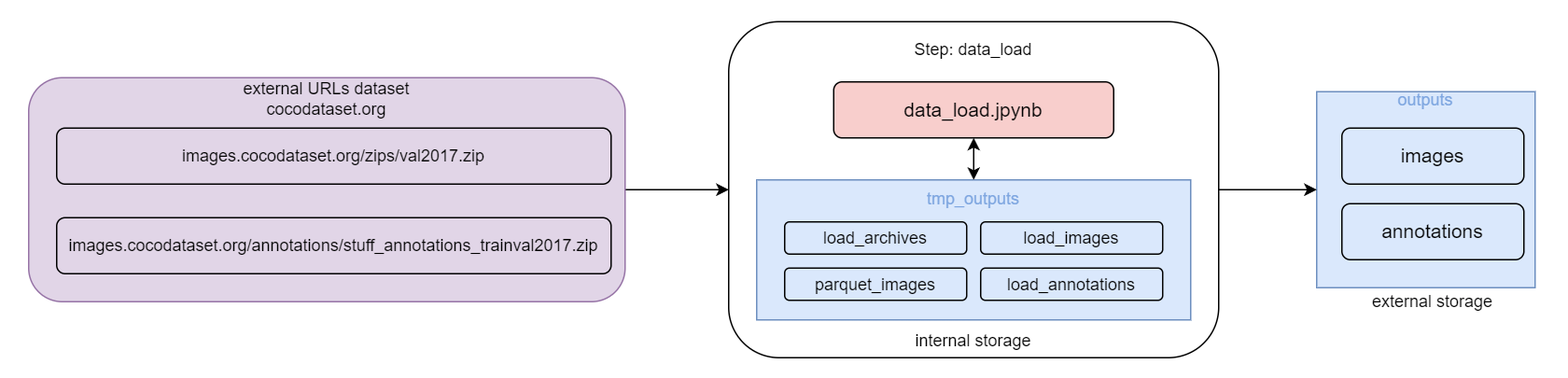
The draw.io diagram imgs/data_load_inteface.drawio.png in 4-DS/obj_detect_rest-data_load, before a commit. Source tidied: cells renumbered, new cells last; positions are measured from the earlier drawing's top-left corner, leaving out a move shared by most shapes.
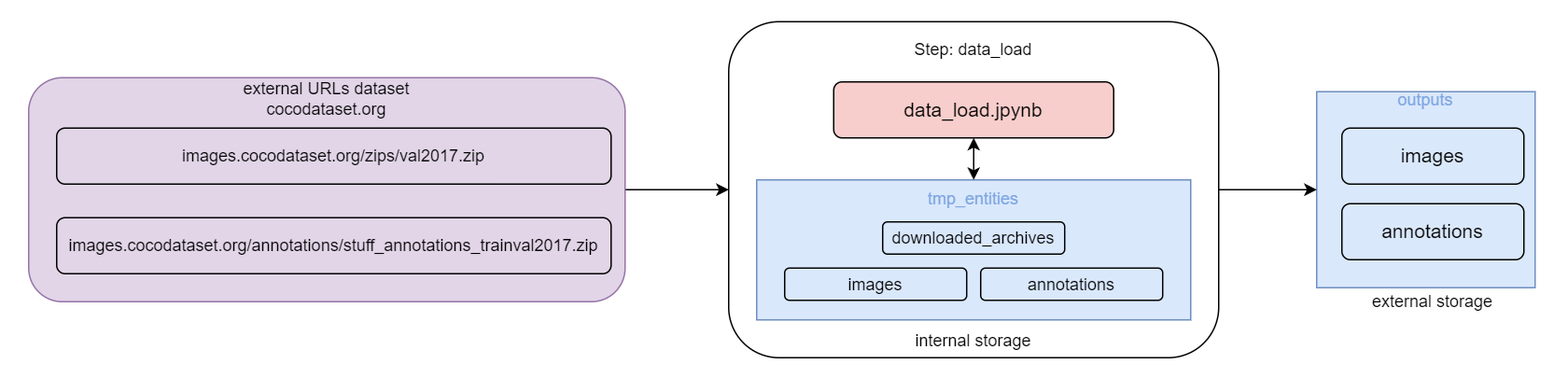
The same diagram one commit later.

Change to the diagram source:
```diff
@@ -50,21 +50,18 @@
     <mxCell id="17" style="group;" parent="13" vertex="1">
       <mxGeometry x="20" y="113" width="440" height="100" as="geometry" />
     </mxCell>
-    <mxCell id="18" value="&lt;font style=&quot;font-size: 12px;&quot;&gt;&lt;font color=&quot;#7ea6e0&quot;&gt;&lt;font style=&quot;font-size: 12px;&quot;&gt;tmp_outputs&lt;/font&gt;&lt;br&gt;&lt;br&gt;&lt;br&gt;&amp;nbsp;&lt;br&gt;&lt;br&gt;&lt;/font&gt;&lt;br&gt;&lt;/font&gt;" style="rounded=0;whiteSpace=wrap;html=1;fillColor=#dae8fc;strokeColor=#6c8ebf;" parent="17" vertex="1">
+    <mxCell id="18" value="&lt;font style=&quot;&quot;&gt;&lt;font style=&quot;&quot; color=&quot;#7ea6e0&quot;&gt;tmp_entities&lt;br&gt;&lt;br&gt;&lt;br&gt;&amp;nbsp;&lt;br&gt;&lt;br&gt;&lt;/font&gt;&lt;br&gt;&lt;/font&gt;" style="rounded=0;whiteSpace=wrap;html=1;fillColor=#dae8fc;strokeColor=#6c8ebf;" parent="17" vertex="1">
       <mxGeometry width="310" height="100" as="geometry" />
     </mxCell>
-    <mxCell id="19" value="&lt;font style=&quot;font-size: 12px;&quot;&gt;load_images&lt;/font&gt;" style="rounded=1;whiteSpace=wrap;html=1;fillColor=#dae8fc;strokeColor=#000000;strokeWidth=1;" parent="17" vertex="1">
-      <mxGeometry x="160" y="30" width="130" height="23" as="geometry" />
+    <mxCell id="19" value="&lt;font style=&quot;font-size: 12px;&quot;&gt;images&lt;/font&gt;" style="rounded=1;whiteSpace=wrap;html=1;fillColor=#dae8fc;strokeColor=#000000;strokeWidth=1;" parent="17" vertex="1">
+      <mxGeometry x="20" y="63" width="130" height="23" as="geometry" />
     </mxCell>
-    <mxCell id="20" value="&lt;font style=&quot;font-size: 12px;&quot;&gt;load_annotations&lt;/font&gt;" style="rounded=1;whiteSpace=wrap;html=1;fillColor=#dae8fc;strokeColor=#000000;strokeWidth=1;" parent="17" vertex="1">
+    <mxCell id="20" value="&lt;font style=&quot;font-size: 12px;&quot;&gt;annotations&lt;/font&gt;" style="rounded=1;whiteSpace=wrap;html=1;fillColor=#dae8fc;strokeColor=#000000;strokeWidth=1;" parent="17" vertex="1">
       <mxGeometry x="160" y="63" width="130" height="23" as="geometry" />
     </mxCell>
-    <mxCell id="21" value="&lt;font style=&quot;font-size: 12px;&quot;&gt;load_archives&lt;/font&gt;" style="rounded=1;whiteSpace=wrap;html=1;fillColor=#dae8fc;strokeColor=#000000;strokeWidth=1;" parent="17" vertex="1">
-      <mxGeometry x="20" y="30" width="130" height="23" as="geometry" />
+    <mxCell id="21" value="&lt;font style=&quot;font-size: 12px;&quot;&gt;downloaded_archives&lt;/font&gt;" style="rounded=1;whiteSpace=wrap;html=1;fillColor=#dae8fc;strokeColor=#000000;strokeWidth=1;" parent="17" vertex="1">
+      <mxGeometry x="90" y="30" width="130" height="23" as="geometry" />
     </mxCell>
-    <mxCell id="22" value="parquet_images" style="rounded=1;whiteSpace=wrap;html=1;fillColor=#dae8fc;strokeColor=#000000;strokeWidth=1;" parent="17" vertex="1">
-      <mxGeometry x="20" y="63" width="130" height="23" as="geometry" />
-    </mxCell>
     <mxCell id="23" style="edgeStyle=orthogonalEdgeStyle;rounded=0;jettySize=auto;html=1;entryX=0.5;entryY=0;entryDx=0;entryDy=0;startArrow=classic;startFill=1;" parent="13" edge="1" source="16" target="18">
       <mxGeometry relative="1" as="geometry" />
     </mxCell>
```
